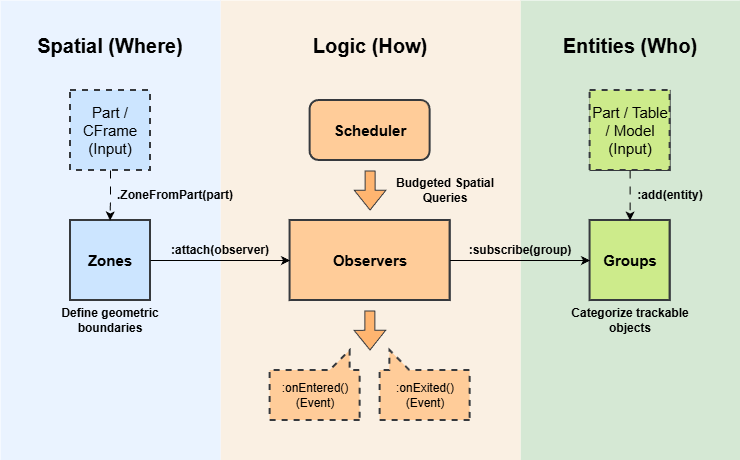
LDGerrits/BitZone keeps this draw.io diagram as docs/topology_quickzone.png. Above is the earlier version. Source tidied: cells renumbered, new cells last; positions are measured from the earlier drawing's top-left corner, leaving out a move shared by most shapes. The source it was exported from:
```xml
<mxGraphModel>
  <root>
    <mxCell id="0" />
    <mxCell id="1" parent="0" />
    <mxCell id="2" style="whiteSpace=wrap;html=1;fillColor=#d5e8d4;rounded=0;strokeColor=none;glass=0;" parent="1" vertex="1">
      <mxGeometry x="520" width="220" height="460" as="geometry" />
    </mxCell>
    <mxCell id="3" style="whiteSpace=wrap;html=1;fillColor=#FAF0E3;rounded=0;strokeColor=none;glass=0;" parent="1" vertex="1">
      <mxGeometry x="220" width="300" height="460" as="geometry" />
    </mxCell>
    <mxCell id="4" style="whiteSpace=wrap;html=1;gradientColor=none;fillColor=#EAF3FF;rounded=0;strokeColor=none;glass=0;" parent="1" vertex="1">
      <mxGeometry width="220" height="460" as="geometry" />
    </mxCell>
    <mxCell id="5" style="group;fillColor=#cdeb8b;strokeColor=#36393d;" parent="1" vertex="1">
      <mxGeometry x="589.6" y="220" width="80" height="80" as="geometry" />
    </mxCell>
    <mxCell id="6" value="&lt;div&gt;&lt;span style=&quot;font-size: 15px;&quot;&gt;&lt;b&gt;Groups&lt;/b&gt;&lt;/span&gt;&lt;/div&gt;" style="rounded=0;whiteSpace=wrap;html=1;strokeWidth=2;fillColor=#cdeb8b;strokeColor=#36393d;" parent="5" vertex="1">
      <mxGeometry width="80" height="80" as="geometry" />
    </mxCell>
    <mxCell id="7" style="group;fillColor=#ffcc99;strokeColor=#36393d;" parent="1" vertex="1">
      <mxGeometry x="289.6" y="220" width="160" height="80" as="geometry" />
    </mxCell>
    <mxCell id="8" value="&lt;div&gt;&lt;span style=&quot;font-size: 15px;&quot;&gt;&lt;b&gt;Observers&lt;/b&gt;&lt;/span&gt;&lt;/div&gt;" style="rounded=0;whiteSpace=wrap;html=1;strokeWidth=2;fillColor=#ffcc99;strokeColor=#36393d;" parent="7" vertex="1">
      <mxGeometry width="160" height="80" as="geometry" />
    </mxCell>
    <mxCell id="9" style="group;fillColor=#cce5ff;strokeColor=default;" parent="1" vertex="1">
      <mxGeometry x="70" y="220" width="80" height="80" as="geometry" />
    </mxCell>
    <mxCell id="10" value="&lt;div&gt;&lt;span style=&quot;font-size: 15px;&quot;&gt;&lt;b&gt;Zones&lt;/b&gt;&lt;/span&gt;&lt;/div&gt;" style="rounded=0;whiteSpace=wrap;html=1;strokeWidth=2;fillColor=#cce5ff;strokeColor=#36393d;" parent="9" vertex="1">
      <mxGeometry width="80" height="80" as="geometry" />
    </mxCell>
    <mxCell id="11" style="group;" parent="1" vertex="1">
      <mxGeometry x="70" y="90" width="80" height="80" as="geometry" />
    </mxCell>
    <mxCell id="12" style="edgeStyle=orthogonalEdgeStyle;rounded=0;jettySize=auto;html=1;exitX=0.5;exitY=1;exitDx=0;exitDy=0;dashed=1;dashPattern=8 8;" parent="11" edge="1" source="13">
      <mxGeometry relative="1" as="geometry">
        <mxPoint x="39.6" y="130" as="targetPoint" />
      </mxGeometry>
    </mxCell>
    <mxCell id="13" value="&lt;span style=&quot;font-size: 15px;&quot;&gt;Part / CFrame (Input)&lt;/span&gt;" style="rounded=0;whiteSpace=wrap;html=1;strokeWidth=2;dashed=1;fillColor=#cce5ff;strokeColor=#36393d;" parent="11" vertex="1">
      <mxGeometry width="80" height="80" as="geometry" />
    </mxCell>
    <mxCell id="14" value="&lt;b&gt;:attach(observer)&lt;/b&gt;" style="text;html=1;whiteSpace=wrap;strokeColor=none;fillColor=none;align=center;verticalAlign=middle;rounded=0;" parent="1" vertex="1">
      <mxGeometry x="159.6" y="230" width="120" height="40" as="geometry" />
    </mxCell>
    <mxCell id="15" value="&lt;b&gt;.ZoneFromPart(part)&lt;br&gt;&lt;/b&gt;" style="text;html=1;whiteSpace=wrap;strokeColor=none;fillColor=none;align=center;verticalAlign=middle;rounded=0;" parent="1" vertex="1">
      <mxGeometry x="109.6" y="170" width="130" height="50" as="geometry" />
    </mxCell>
    <mxCell id="16" value="&lt;b&gt;:add(entity)&lt;/b&gt;" style="text;html=1;whiteSpace=wrap;strokeColor=none;fillColor=none;align=center;verticalAlign=middle;rounded=0;" parent="1" vertex="1">
      <mxGeometry x="629.6" y="170" width="80" height="50" as="geometry" />
    </mxCell>
    <mxCell id="17" value="&lt;b&gt;:subscribe(group)&lt;/b&gt;" style="text;html=1;whiteSpace=wrap;strokeColor=none;fillColor=none;align=center;verticalAlign=middle;rounded=0;" parent="1" vertex="1">
      <mxGeometry x="449.6" y="230" width="140" height="40" as="geometry" />
    </mxCell>
    <mxCell id="18" style="edgeStyle=orthogonalEdgeStyle;rounded=0;jettySize=auto;html=1;exitX=1;exitY=0.5;exitDx=0;exitDy=0;entryX=0;entryY=0.5;entryDx=0;entryDy=0;" parent="1" edge="1" source="10" target="8">
      <mxGeometry relative="1" as="geometry" />
    </mxCell>
    <mxCell id="19" style="edgeStyle=orthogonalEdgeStyle;rounded=0;orthogonalLoop=1;jettySize=auto;html=1;exitX=0;exitY=0.75;exitDx=0;exitDy=0;entryX=1;entryY=0.75;entryDx=0;entryDy=0;" parent="1" edge="1" source="17" target="17">
      <mxGeometry relative="1" as="geometry">
        <Array as="points">
          <mxPoint x="500" y="260" />
          <mxPoint x="500" y="260" />
        </Array>
      </mxGeometry>
    </mxCell>
    <mxCell id="20" style="shape=flexArrow;endArrow=classic;html=1;rounded=0;fillColor=#FFB570;strokeColor=#36393d;endWidth=20.571428571428573;endSize=6.24;" parent="1" edge="1">
      <mxGeometry relative="1" as="geometry">
        <mxPoint x="369.6" y="170" as="sourcePoint" />
        <mxPoint x="369.6" y="210" as="targetPoint" />
      </mxGeometry>
    </mxCell>
    <mxCell id="21" style="group;fillColor=#cdeb8b;strokeColor=#36393d;" parent="1" vertex="1">
      <mxGeometry x="589.6" y="90" width="80" height="80" as="geometry" />
    </mxCell>
    <mxCell id="22" value="&lt;span style=&quot;font-size: 15px;&quot;&gt;Part / Table / Model (Input)&lt;/span&gt;" style="rounded=0;whiteSpace=wrap;html=1;strokeWidth=2;dashed=1;fillColor=#CDEB8B;strokeColor=#36393d;" parent="21" vertex="1">
      <mxGeometry width="80" height="80" as="geometry" />
    </mxCell>
    <mxCell id="23" style="edgeStyle=orthogonalEdgeStyle;rounded=0;jettySize=auto;html=1;exitX=0.5;exitY=1;exitDx=0;exitDy=0;entryX=0.5;entryY=0;entryDx=0;entryDy=0;dashed=1;dashPattern=8 8;" parent="1" edge="1" source="22" target="6">
      <mxGeometry relative="1" as="geometry" />
    </mxCell>
    <mxCell id="24" value="&lt;b&gt;Categorize trackable objects&lt;/b&gt;" style="text;html=1;whiteSpace=wrap;strokeColor=none;fillColor=none;align=center;verticalAlign=middle;rounded=0;" parent="1" vertex="1">
      <mxGeometry x="569.6" y="300" width="120" height="40" as="geometry" />
    </mxCell>
    <mxCell id="25" value="&lt;b&gt;Define geometric boundaries&lt;/b&gt;" style="text;html=1;whiteSpace=wrap;strokeColor=none;fillColor=none;align=center;verticalAlign=middle;rounded=0;" parent="1" vertex="1">
      <mxGeometry x="50" y="300" width="120" height="40" as="geometry" />
    </mxCell>
    <mxCell id="26" value="&lt;font style=&quot;font-size: 15px;&quot;&gt;&lt;b&gt;Scheduler&lt;/b&gt;&lt;/font&gt;" style="rounded=1;whiteSpace=wrap;html=1;fillColor=#ffcc99;strokeColor=#36393d;strokeWidth=2;" parent="1" vertex="1">
      <mxGeometry x="309.6" y="100" width="120" height="60" as="geometry" />
    </mxCell>
    <mxCell id="27" value="&lt;b&gt;Budgeted Spatial Queries&lt;/b&gt;" style="text;html=1;whiteSpace=wrap;strokeColor=none;fillColor=none;align=center;verticalAlign=middle;rounded=0;" parent="1" vertex="1">
      <mxGeometry x="390" y="170" width="110" height="40" as="geometry" />
    </mxCell>
    <mxCell id="28" style="shape=callout;whiteSpace=wrap;html=1;perimeter=calloutPerimeter;rotation=-180;fillColor=#ffcc99;strokeColor=#36393d;size=20;position=0.11;position2=0.11;base=20;dashed=1;strokeWidth=2;" parent="1" vertex="1">
      <mxGeometry x="269.6" y="350" width="90" height="70" as="geometry" />
    </mxCell>
    <mxCell id="29" style="shape=flexArrow;endArrow=classic;html=1;rounded=0;fillColor=#FFB570;strokeColor=#36393d;exitX=0.5;exitY=1;exitDx=0;exitDy=0;endWidth=20.571428571428573;endSize=6.24;" parent="1" edge="1">
      <mxGeometry relative="1" as="geometry">
        <mxPoint x="369.3" y="310" as="sourcePoint" />
        <mxPoint x="369.5" y="350" as="targetPoint" />
      </mxGeometry>
    </mxCell>
    <mxCell id="30" style="shape=callout;whiteSpace=wrap;html=1;perimeter=calloutPerimeter;rotation=-180;fillColor=#ffcc99;strokeColor=#36393d;size=20;position=0.67;position2=0.89;base=20;dashed=1;strokeWidth=2;" parent="1" vertex="1">
      <mxGeometry x="379.6" y="350" width="90" height="70" as="geometry" />
    </mxCell>
    <mxCell id="31" value=":onExited()&lt;div&gt;(Event)&lt;/div&gt;" style="text;html=1;whiteSpace=wrap;strokeColor=none;fillColor=none;align=center;verticalAlign=middle;rounded=0;" parent="1" vertex="1">
      <mxGeometry x="379.6" y="370" width="90" height="50" as="geometry" />
    </mxCell>
    <mxCell id="32" value=":onEntered()&lt;div&gt;(Event)&lt;/div&gt;" style="text;html=1;whiteSpace=wrap;strokeColor=none;fillColor=none;align=center;verticalAlign=middle;rounded=0;dashed=1;dashPattern=8 8;" parent="1" vertex="1">
      <mxGeometry x="269.6" y="370" width="90" height="50" as="geometry" />
    </mxCell>
    <mxCell id="33" value="&lt;b&gt;&lt;font style=&quot;font-size: 20px;&quot;&gt;Logic (How)&lt;/font&gt;&lt;/b&gt;" style="text;html=1;whiteSpace=wrap;strokeColor=none;fillColor=none;align=center;verticalAlign=middle;rounded=0;" parent="1" vertex="1">
      <mxGeometry x="289.6" y="20" width="160" height="50" as="geometry" />
    </mxCell>
    <mxCell id="34" value="&lt;b&gt;&lt;font style=&quot;font-size: 20px;&quot;&gt;Entities (Who)&lt;/font&gt;&lt;/b&gt;" style="text;html=1;whiteSpace=wrap;strokeColor=none;fillColor=none;align=center;verticalAlign=middle;rounded=0;" parent="1" vertex="1">
      <mxGeometry x="549.6" y="20" width="160" height="50" as="geometry" />
    </mxCell>
    <mxCell id="35" value="&lt;b&gt;&lt;font style=&quot;font-size: 20px;&quot;&gt;Spatial (Where)&lt;/font&gt;&lt;/b&gt;" style="text;html=1;whiteSpace=wrap;strokeColor=none;fillColor=none;align=center;verticalAlign=middle;rounded=0;" parent="1" vertex="1">
      <mxGeometry x="30" y="20" width="160" height="50" as="geometry" />
    </mxCell>
  </root>
</mxGraphModel>
```
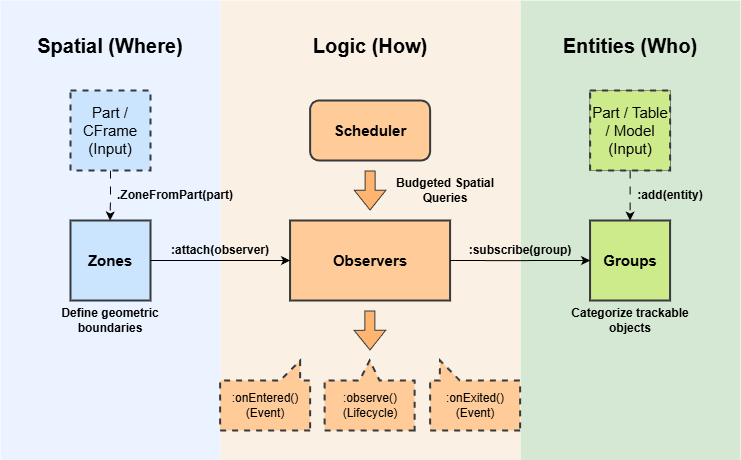
Later version of the same file.

Commit message:
Update docs with new observe pattern usage

What changed in the source:
```diff
@@ -2,42 +2,42 @@
   <root>
     <mxCell id="0" />
     <mxCell id="1" parent="0" />
-    <mxCell id="2" style="whiteSpace=wrap;html=1;fillColor=#d5e8d4;rounded=0;strokeColor=none;glass=0;" parent="1" vertex="1">
-      <mxGeometry x="520" width="220" height="460" as="geometry" />
-    </mxCell>
-    <mxCell id="3" style="whiteSpace=wrap;html=1;fillColor=#FAF0E3;rounded=0;strokeColor=none;glass=0;" parent="1" vertex="1">
-      <mxGeometry x="220" width="300" height="460" as="geometry" />
-    </mxCell>
-    <mxCell id="4" style="whiteSpace=wrap;html=1;gradientColor=none;fillColor=#EAF3FF;rounded=0;strokeColor=none;glass=0;" parent="1" vertex="1">
-      <mxGeometry width="220" height="460" as="geometry" />
-    </mxCell>
-    <mxCell id="5" style="group;fillColor=#cdeb8b;strokeColor=#36393d;" parent="1" vertex="1">
-      <mxGeometry x="589.6" y="220" width="80" height="80" as="geometry" />
-    </mxCell>
+    <mxCell id="36" style="whiteSpace=wrap;html=1;fillColor=#d5e8d4;rounded=0;strokeColor=none;glass=0;" parent="1" vertex="1">
+      <mxGeometry x="520" width="220" height="460" as="geometry" />
+    </mxCell>
+    <mxCell id="37" style="whiteSpace=wrap;html=1;fillColor=#FAF0E3;rounded=0;strokeColor=none;glass=0;" parent="1" vertex="1">
+      <mxGeometry x="220" width="300" height="460" as="geometry" />
+    </mxCell>
+    <mxCell id="38" style="whiteSpace=wrap;html=1;gradientColor=none;fillColor=#EAF3FF;rounded=0;strokeColor=none;glass=0;" parent="1" vertex="1">
+      <mxGeometry width="220" height="460" as="geometry" />
+    </mxCell>
+    <mxCell id="39" style="group;fillColor=#cdeb8b;strokeColor=#36393d;" parent="1" vertex="1">
+      <mxGeometry x="589.6" y="220" width="80" height="80" as="geometry" />
+    </mxCell>
-    <mxCell id="6" value="&lt;div&gt;&lt;span style=&quot;font-size: 15px;&quot;&gt;&lt;b&gt;Groups&lt;/b&gt;&lt;/span&gt;&lt;/div&gt;" style="rounded=0;whiteSpace=wrap;html=1;strokeWidth=2;fillColor=#cdeb8b;strokeColor=#36393d;" parent="5" vertex="1">
+    <mxCell id="6" value="&lt;div&gt;&lt;span style=&quot;font-size: 15px;&quot;&gt;&lt;b&gt;Groups&lt;/b&gt;&lt;/span&gt;&lt;/div&gt;" style="rounded=0;whiteSpace=wrap;html=1;strokeWidth=2;fillColor=#cdeb8b;strokeColor=#36393d;" parent="39" vertex="1">
       <mxGeometry width="80" height="80" as="geometry" />
     </mxCell>
-    <mxCell id="7" style="group;fillColor=#ffcc99;strokeColor=#36393d;" parent="1" vertex="1">
-      <mxGeometry x="289.6" y="220" width="160" height="80" as="geometry" />
-    </mxCell>
+    <mxCell id="40" style="group;fillColor=#ffcc99;strokeColor=#36393d;" parent="1" vertex="1">
+      <mxGeometry x="289.6" y="220" width="160" height="80" as="geometry" />
+    </mxCell>
-    <mxCell id="8" value="&lt;div&gt;&lt;span style=&quot;font-size: 15px;&quot;&gt;&lt;b&gt;Observers&lt;/b&gt;&lt;/span&gt;&lt;/div&gt;" style="rounded=0;whiteSpace=wrap;html=1;strokeWidth=2;fillColor=#ffcc99;strokeColor=#36393d;" parent="7" vertex="1">
+    <mxCell id="8" value="&lt;div&gt;&lt;span style=&quot;font-size: 15px;&quot;&gt;&lt;b&gt;Observers&lt;/b&gt;&lt;/span&gt;&lt;/div&gt;" style="rounded=0;whiteSpace=wrap;html=1;strokeWidth=2;fillColor=#ffcc99;strokeColor=#36393d;" parent="40" vertex="1">
       <mxGeometry width="160" height="80" as="geometry" />
     </mxCell>
-    <mxCell id="9" style="group;fillColor=#cce5ff;strokeColor=default;" parent="1" vertex="1">
-      <mxGeometry x="70" y="220" width="80" height="80" as="geometry" />
-    </mxCell>
+    <mxCell id="41" style="group;fillColor=#cce5ff;strokeColor=default;" parent="1" vertex="1">
+      <mxGeometry x="70" y="220" width="80" height="80" as="geometry" />
+    </mxCell>
-    <mxCell id="10" value="&lt;div&gt;&lt;span style=&quot;font-size: 15px;&quot;&gt;&lt;b&gt;Zones&lt;/b&gt;&lt;/span&gt;&lt;/div&gt;" style="rounded=0;whiteSpace=wrap;html=1;strokeWidth=2;fillColor=#cce5ff;strokeColor=#36393d;" parent="9" vertex="1">
+    <mxCell id="10" value="&lt;div&gt;&lt;span style=&quot;font-size: 15px;&quot;&gt;&lt;b&gt;Zones&lt;/b&gt;&lt;/span&gt;&lt;/div&gt;" style="rounded=0;whiteSpace=wrap;html=1;strokeWidth=2;fillColor=#cce5ff;strokeColor=#36393d;" parent="41" vertex="1">
       <mxGeometry width="80" height="80" as="geometry" />
     </mxCell>
-    <mxCell id="11" style="group;" parent="1" vertex="1">
-      <mxGeometry x="70" y="90" width="80" height="80" as="geometry" />
-    </mxCell>
-    <mxCell id="12" style="edgeStyle=orthogonalEdgeStyle;rounded=0;jettySize=auto;html=1;exitX=0.5;exitY=1;exitDx=0;exitDy=0;dashed=1;dashPattern=8 8;" parent="11" edge="1" source="13">
-      <mxGeometry relative="1" as="geometry">
-        <mxPoint x="39.6" y="130" as="targetPoint" />
-      </mxGeometry>
-    </mxCell>
+    <mxCell id="42" style="group;" parent="1" vertex="1">
+      <mxGeometry x="70" y="90" width="80" height="80" as="geometry" />
+    </mxCell>
+    <mxCell id="43" style="edgeStyle=orthogonalEdgeStyle;rounded=0;jettySize=auto;html=1;exitX=0.5;exitY=1;exitDx=0;exitDy=0;dashed=1;dashPattern=8 8;" parent="42" edge="1" source="13">
+      <mxGeometry relative="1" as="geometry">
+        <mxPoint x="39.6" y="130" as="targetPoint" />
+      </mxGeometry>
+    </mxCell>
-    <mxCell id="13" value="&lt;span style=&quot;font-size: 15px;&quot;&gt;Part / CFrame (Input)&lt;/span&gt;" style="rounded=0;whiteSpace=wrap;html=1;strokeWidth=2;dashed=1;fillColor=#cce5ff;strokeColor=#36393d;" parent="11" vertex="1">
+    <mxCell id="13" value="&lt;span style=&quot;font-size: 15px;&quot;&gt;Part / CFrame (Input)&lt;/span&gt;" style="rounded=0;whiteSpace=wrap;html=1;strokeWidth=2;dashed=1;fillColor=#cce5ff;strokeColor=#36393d;" parent="42" vertex="1">
       <mxGeometry width="80" height="80" as="geometry" />
     </mxCell>
     <mxCell id="14" value="&lt;b&gt;:attach(observer)&lt;/b&gt;" style="text;html=1;whiteSpace=wrap;strokeColor=none;fillColor=none;align=center;verticalAlign=middle;rounded=0;" parent="1" vertex="1">
@@ -63,16 +63,16 @@
         </Array>
       </mxGeometry>
     </mxCell>
-    <mxCell id="20" style="shape=flexArrow;endArrow=classic;html=1;rounded=0;fillColor=#FFB570;strokeColor=#36393d;endWidth=20.571428571428573;endSize=6.24;" parent="1" edge="1">
-      <mxGeometry relative="1" as="geometry">
-        <mxPoint x="369.6" y="170" as="sourcePoint" />
-        <mxPoint x="369.6" y="210" as="targetPoint" />
-      </mxGeometry>
-    </mxCell>
-    <mxCell id="21" style="group;fillColor=#cdeb8b;strokeColor=#36393d;" parent="1" vertex="1">
-      <mxGeometry x="589.6" y="90" width="80" height="80" as="geometry" />
-    </mxCell>
+    <mxCell id="44" style="shape=flexArrow;endArrow=classic;html=1;rounded=0;fillColor=#FFB570;strokeColor=#36393d;endWidth=20.571428571428573;endSize=6.24;" parent="1" edge="1">
+      <mxGeometry relative="1" as="geometry">
+        <mxPoint x="369.6" y="170" as="sourcePoint" />
+        <mxPoint x="369.6" y="210" as="targetPoint" />
+      </mxGeometry>
+    </mxCell>
+    <mxCell id="45" style="group;fillColor=#cdeb8b;strokeColor=#36393d;" parent="1" vertex="1">
+      <mxGeometry x="589.6" y="90" width="80" height="80" as="geometry" />
+    </mxCell>
-    <mxCell id="22" value="&lt;span style=&quot;font-size: 15px;&quot;&gt;Part / Table / Model (Input)&lt;/span&gt;" style="rounded=0;whiteSpace=wrap;html=1;strokeWidth=2;dashed=1;fillColor=#CDEB8B;strokeColor=#36393d;" parent="21" vertex="1">
+    <mxCell id="22" value="&lt;span style=&quot;font-size: 15px;&quot;&gt;Part / Table / Model (Input)&lt;/span&gt;" style="rounded=0;whiteSpace=wrap;html=1;strokeWidth=2;dashed=1;fillColor=#CDEB8B;strokeColor=#36393d;" parent="45" vertex="1">
       <mxGeometry width="80" height="80" as="geometry" />
     </mxCell>
     <mxCell id="23" style="edgeStyle=orthogonalEdgeStyle;rounded=0;jettySize=auto;html=1;exitX=0.5;exitY=1;exitDx=0;exitDy=0;entryX=0.5;entryY=0;entryDx=0;entryDy=0;dashed=1;dashPattern=8 8;" parent="1" edge="1" source="22" target="6">
@@ -90,23 +90,23 @@
     <mxCell id="27" value="&lt;b&gt;Budgeted Spatial Queries&lt;/b&gt;" style="text;html=1;whiteSpace=wrap;strokeColor=none;fillColor=none;align=center;verticalAlign=middle;rounded=0;" parent="1" vertex="1">
       <mxGeometry x="390" y="170" width="110" height="40" as="geometry" />
     </mxCell>
-    <mxCell id="28" style="shape=callout;whiteSpace=wrap;html=1;perimeter=calloutPerimeter;rotation=-180;fillColor=#ffcc99;strokeColor=#36393d;size=20;position=0.11;position2=0.11;base=20;dashed=1;strokeWidth=2;" parent="1" vertex="1">
-      <mxGeometry x="269.6" y="350" width="90" height="70" as="geometry" />
-    </mxCell>
-    <mxCell id="29" style="shape=flexArrow;endArrow=classic;html=1;rounded=0;fillColor=#FFB570;strokeColor=#36393d;exitX=0.5;exitY=1;exitDx=0;exitDy=0;endWidth=20.571428571428573;endSize=6.24;" parent="1" edge="1">
-      <mxGeometry relative="1" as="geometry">
-        <mxPoint x="369.3" y="310" as="sourcePoint" />
-        <mxPoint x="369.5" y="350" as="targetPoint" />
-      </mxGeometry>
-    </mxCell>
-    <mxCell id="30" style="shape=callout;whiteSpace=wrap;html=1;perimeter=calloutPerimeter;rotation=-180;fillColor=#ffcc99;strokeColor=#36393d;size=20;position=0.67;position2=0.89;base=20;dashed=1;strokeWidth=2;" parent="1" vertex="1">
-      <mxGeometry x="379.6" y="350" width="90" height="70" as="geometry" />
-    </mxCell>
+    <mxCell id="46" style="shape=callout;whiteSpace=wrap;html=1;perimeter=calloutPerimeter;rotation=-180;fillColor=#ffcc99;strokeColor=#36393d;size=20;position=0.11;position2=0.11;base=20;dashed=1;strokeWidth=2;" parent="1" vertex="1">
+      <mxGeometry x="219.6" y="360" width="90" height="70" as="geometry" />
+    </mxCell>
+    <mxCell id="47" style="shape=flexArrow;endArrow=classic;html=1;rounded=0;fillColor=#FFB570;strokeColor=#36393d;exitX=0.5;exitY=1;exitDx=0;exitDy=0;endWidth=20.571428571428573;endSize=6.24;" parent="1" edge="1">
+      <mxGeometry relative="1" as="geometry">
+        <mxPoint x="369.3" y="310" as="sourcePoint" />
+        <mxPoint x="369.5" y="350" as="targetPoint" />
+      </mxGeometry>
+    </mxCell>
+    <mxCell id="48" style="shape=callout;whiteSpace=wrap;html=1;perimeter=calloutPerimeter;rotation=-180;fillColor=#ffcc99;strokeColor=#36393d;size=20;position=0.67;position2=0.89;base=20;dashed=1;strokeWidth=2;" parent="1" vertex="1">
+      <mxGeometry x="429.6" y="360" width="90" height="70" as="geometry" />
+    </mxCell>
-    <mxCell id="31" value=":onExited()&lt;div&gt;(Event)&lt;/div&gt;" style="text;html=1;whiteSpace=wrap;strokeColor=none;fillColor=none;align=center;verticalAlign=middle;rounded=0;" parent="1" vertex="1">
-      <mxGeometry x="379.6" y="370" width="90" height="50" as="geometry" />
+    <mxCell id="31" value="&lt;font&gt;:onExited()&lt;/font&gt;&lt;div&gt;&lt;font&gt;(Event)&lt;/font&gt;&lt;/div&gt;" style="text;html=1;whiteSpace=wrap;strokeColor=none;fillColor=none;align=center;verticalAlign=middle;rounded=0;" parent="1" vertex="1">
+      <mxGeometry x="429.6" y="380" width="90" height="50" as="geometry" />
     </mxCell>
     <mxCell id="32" value=":onEntered()&lt;div&gt;(Event)&lt;/div&gt;" style="text;html=1;whiteSpace=wrap;strokeColor=none;fillColor=none;align=center;verticalAlign=middle;rounded=0;dashed=1;dashPattern=8 8;" parent="1" vertex="1">
-      <mxGeometry x="269.6" y="370" width="90" height="50" as="geometry" />
+      <mxGeometry x="219.6" y="380" width="90" height="50" as="geometry" />
     </mxCell>
     <mxCell id="33" value="&lt;b&gt;&lt;font style=&quot;font-size: 20px;&quot;&gt;Logic (How)&lt;/font&gt;&lt;/b&gt;" style="text;html=1;whiteSpace=wrap;strokeColor=none;fillColor=none;align=center;verticalAlign=middle;rounded=0;" parent="1" vertex="1">
       <mxGeometry x="289.6" y="20" width="160" height="50" as="geometry" />
@@ -117,5 +117,11 @@
     <mxCell id="35" value="&lt;b&gt;&lt;font style=&quot;font-size: 20px;&quot;&gt;Spatial (Where)&lt;/font&gt;&lt;/b&gt;" style="text;html=1;whiteSpace=wrap;strokeColor=none;fillColor=none;align=center;verticalAlign=middle;rounded=0;" parent="1" vertex="1">
       <mxGeometry x="30" y="20" width="160" height="50" as="geometry" />
     </mxCell>
+    <mxCell id="49" style="shape=callout;whiteSpace=wrap;html=1;perimeter=calloutPerimeter;rotation=-180;fillColor=#ffcc99;strokeColor=#36393d;size=20;position=0.39;position2=0.5;base=20;dashed=1;strokeWidth=2;" parent="1" vertex="1">
+      <mxGeometry x="324.1" y="360" width="90" height="70" as="geometry" />
+    </mxCell>
+    <mxCell id="50" value="&lt;div&gt;:observe()&lt;/div&gt;&lt;div&gt;(Lifecycle)&lt;/div&gt;" style="text;html=1;whiteSpace=wrap;strokeColor=none;fillColor=none;align=center;verticalAlign=middle;rounded=0;" parent="1" vertex="1">
+      <mxGeometry x="325" y="380" width="90" height="50" as="geometry" />
+    </mxCell>
   </root>
 </mxGraphModel>
```
